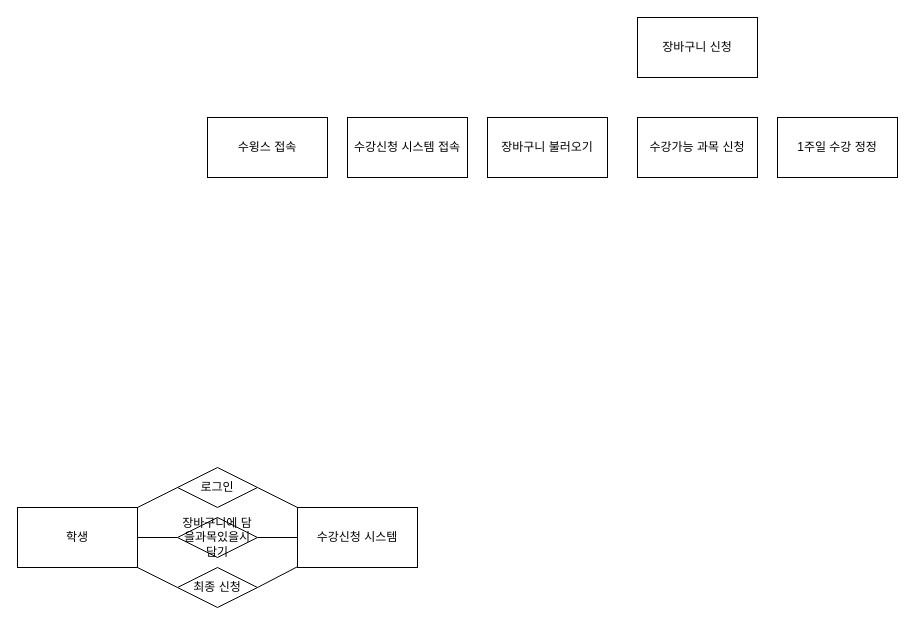
The draw.io diagram 수강 정정.drawio in creepereye1204/TIL, before the edit. Source tidied: cells renumbered, new cells numbered last; positions are measured from the earlier drawing's top-left corner, leaving out a move shared by most shapes. Both pictures are drawn from the tidied source at 100%, with x=0, y=0 at pixel (17, 17).
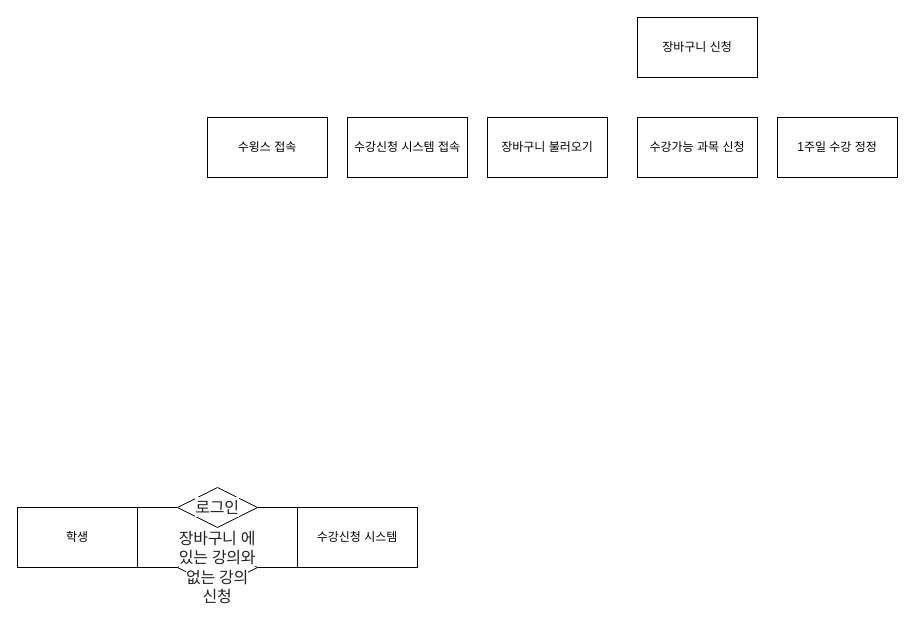
The same page after the edit.

Commit message (it also covers changes not shown here):
수강 정정.drawio 업데이트

Unchanged cells that the change refers to:
```xml
<mxCell id="8" value="학생" style="rounded=0;whiteSpace=wrap;html=1;" parent="1" vertex="1">
  <mxGeometry y="490" width="120" height="60" as="geometry" />
</mxCell>
<mxCell id="11" value="수강신청 시스템" style="rounded=0;whiteSpace=wrap;html=1;" parent="1" vertex="1">
  <mxGeometry x="280" y="490" width="120" height="60" as="geometry" />
</mxCell>
```

Change to the diagram source:
```diff
@@
-    <mxCell id="10" style="endArrow=none;html=1;rounded=0;exitX=1;exitY=0.5;exitDx=0;exitDy=0;entryX=0;entryY=0.5;entryDx=0;entryDy=0;" parent="1" edge="1" source="8" target="13">
+    <mxCell id="10" style="endArrow=none;html=1;rounded=0;exitX=1;exitY=1;exitDx=0;exitDy=0;entryX=0;entryY=0.5;entryDx=0;entryDy=0;" parent="1" edge="1" source="8" target="13">
       <mxGeometry relative="1" as="geometry" />
     </mxCell>
@@
-    <mxCell id="12" style="endArrow=none;html=1;rounded=0;exitX=1;exitY=0.5;exitDx=0;exitDy=0;entryX=0;entryY=0.5;entryDx=0;entryDy=0;" parent="1" edge="1" source="13" target="11">
-      <mxGeometry relative="1" as="geometry" />
+    <mxCell id="12" style="endArrow=none;html=1;rounded=0;exitX=1;exitY=0.5;exitDx=0;exitDy=0;entryX=0;entryY=0.5;entryDx=0;entryDy=0;" parent="1" edge="1" source="13">
+      <mxGeometry relative="1" as="geometry">
+        <mxPoint x="280" y="550" as="targetPoint" />
+      </mxGeometry>
     </mxCell>
-    <mxCell id="13" value="장바구니에 담을과목있을시 담기" style="rhombus;whiteSpace=wrap;html=1;" parent="1" vertex="1">
-      <mxGeometry x="160" y="500" width="80" height="40" as="geometry" />
+    <mxCell id="13" value="&lt;span style=&quot;color: rgb(34, 34, 37); font-family: -apple-system, BlinkMacSystemFont, &amp;quot;Malgun Gothic&amp;quot;, &amp;quot;맑은 고딕&amp;quot;, helvetica, &amp;quot;Apple SD Gothic Neo&amp;quot;, helvetica, &amp;quot;나눔바른고딕 옛한글&amp;quot;, &amp;quot;NanumBarunGothic YetHangul&amp;quot;, sans-serif; font-size: 16px; letter-spacing: -0.3px; text-align: start; background-color: rgb(255, 255, 255);&quot;&gt;장바구니 에 있는 강의와 없는 강의 신청&lt;/span&gt;" style="rhombus;whiteSpace=wrap;html=1;" parent="1" vertex="1">
+      <mxGeometry x="160" y="530" width="80" height="40" as="geometry" />
     </mxCell>
-    <mxCell id="14" style="endArrow=none;html=1;rounded=0;entryX=0;entryY=0.5;entryDx=0;entryDy=0;" parent="1" edge="1" target="15">
-      <mxGeometry relative="1" as="geometry">
-        <mxPoint x="120" y="550" as="sourcePoint" />
-      </mxGeometry>
-    </mxCell>
-    <mxCell id="15" value="최종 신청" style="rhombus;whiteSpace=wrap;html=1;" parent="1" vertex="1">
-      <mxGeometry x="160" y="550" width="80" height="40" as="geometry" />
-    </mxCell>
-    <mxCell id="16" style="endArrow=none;html=1;rounded=0;exitX=1;exitY=0.5;exitDx=0;exitDy=0;entryX=0;entryY=0;entryDx=0;entryDy=0;" parent="1" edge="1" source="15">
-      <mxGeometry relative="1" as="geometry">
-        <mxPoint x="280" y="549.2" as="targetPoint" />
-      </mxGeometry>
-    </mxCell>
-    <mxCell id="17" value="로그인" style="rhombus;whiteSpace=wrap;html=1;" parent="1" vertex="1">
-      <mxGeometry x="160" y="450" width="80" height="40" as="geometry" />
+    <mxCell id="17" value="&lt;span style=&quot;color: rgb(34, 34, 37); font-family: -apple-system, BlinkMacSystemFont, &amp;quot;Malgun Gothic&amp;quot;, &amp;quot;맑은 고딕&amp;quot;, helvetica, &amp;quot;Apple SD Gothic Neo&amp;quot;, helvetica, &amp;quot;나눔바른고딕 옛한글&amp;quot;, &amp;quot;NanumBarunGothic YetHangul&amp;quot;, sans-serif; font-size: 16px; letter-spacing: -0.3px; text-align: start; background-color: rgb(255, 255, 255);&quot;&gt;로그인&lt;/span&gt;" style="rhombus;whiteSpace=wrap;html=1;" parent="1" vertex="1">
+      <mxGeometry x="160" y="470" width="80" height="40" as="geometry" />
     </mxCell>
```
